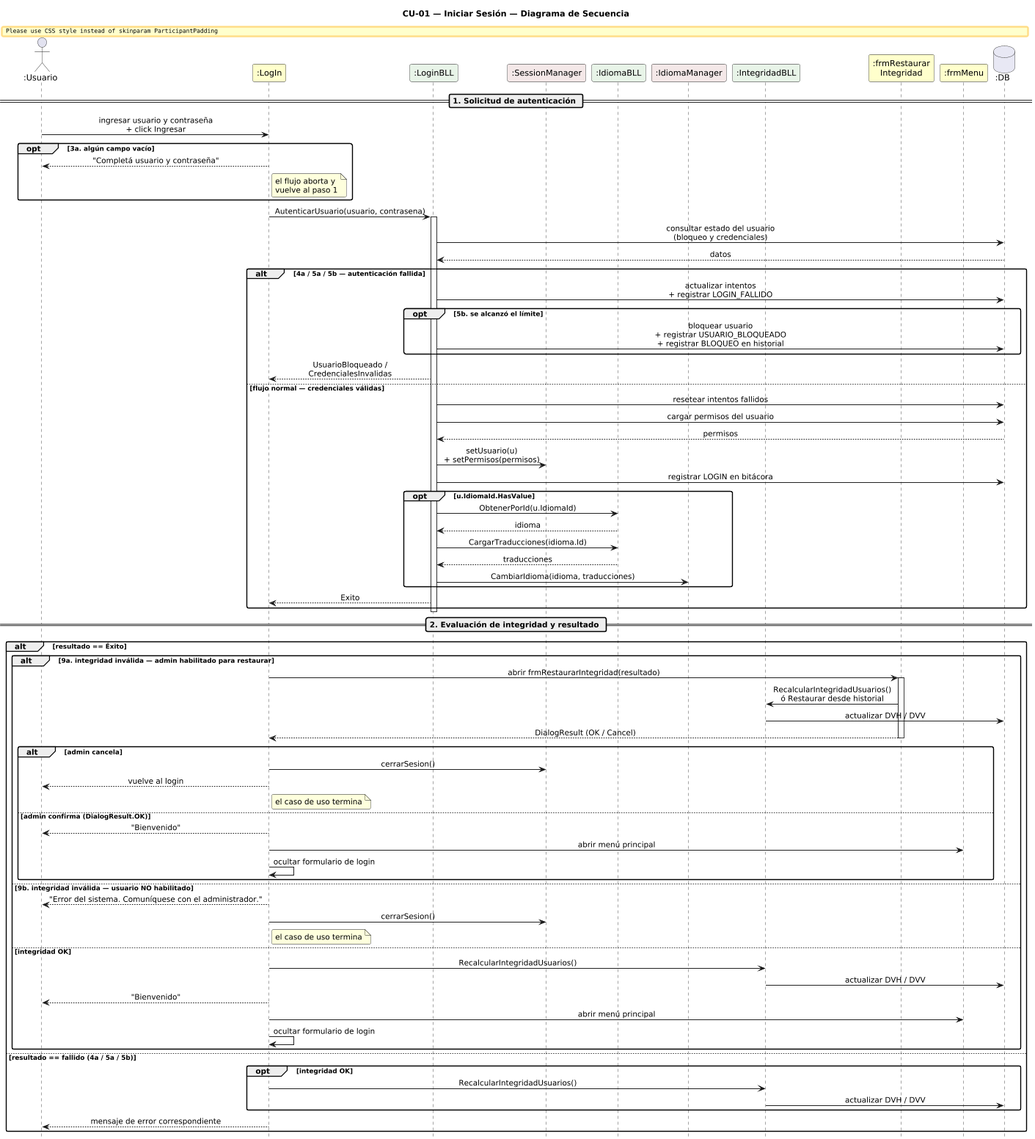
Before: DIAGRAMAS/DiagramaSecuencia_CU01_IniciarSesion.png, a diagram exported from PlantUML (Urrels/ingenieria_software).
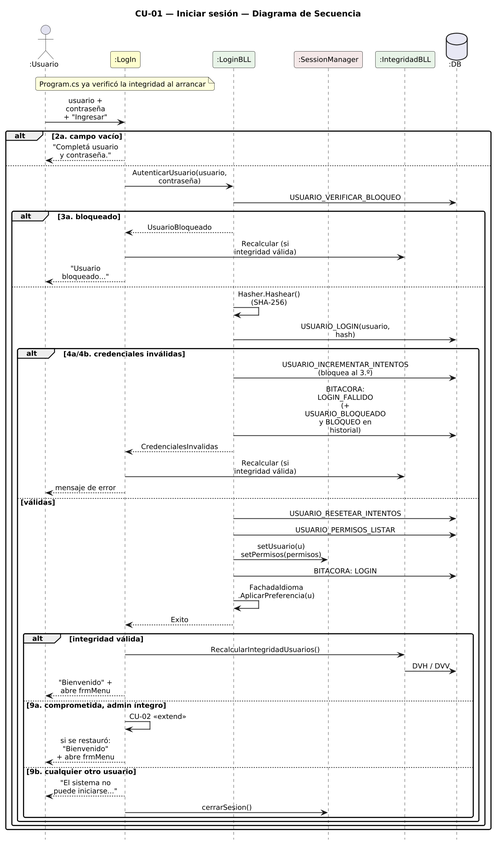
The same file after the commit.

What changed in the source:
```diff
@@ -1,108 +1,65 @@
 @startuml DiagramaSecuencia_CU01_IniciarSesion
 
-title CU-01 — Iniciar Sesión — Diagrama de Secuencia
+title CU-01 — Iniciar sesión — Diagrama de Secuencia
 
 skinparam shadowing false
 skinparam roundcorner 6
 skinparam sequenceArrowThickness 1.2
-skinparam ParticipantPadding 14
+skinparam ParticipantPadding 6
+skinparam BoxPadding 4
+skinparam maxMessageSize 115
 skinparam sequenceMessageAlign center
+skinparam defaultFontSize 12
+skinparam dpi 140
 hide footbox
-scale 0.8
 
-actor       ":Usuario"                as U
-participant ":LogIn"                  as L  #FEFECE
-participant ":LoginBLL"               as LB #E8F4E8
-participant ":SessionManager"         as SM #F4E8E8
-participant ":IdiomaBLL"              as IDB #E8F4E8
-participant ":IdiomaManager"          as IDM #F4E8E8
-participant ":IntegridadBLL"          as IB #E8F4E8
-participant ":frmRestaurar\nIntegridad" as FR #FEFECE
-participant ":frmMenu"                as FM #FEFECE
-database    ":DB"                     as DB #E8E8F4
+actor ":Usuario" as U
+participant ":LogIn" as F #FEFECE
+participant ":LoginBLL" as L #E8F4E8
+participant ":SessionManager" as S #F4E8E8
+participant ":IntegridadBLL" as I #E8F4E8
+database ":DB" as DB #E8E8F4
 
-== 1. Solicitud de autenticación ==
-
-U -> L : ingresar usuario y contraseña\n+ click Ingresar
-
-opt 3a. algún campo vacío
-  L --> U : "Completá usuario y contraseña"
-  note right of L : el flujo aborta y\nvuelve al paso 1
-end
-
-L -> LB : AutenticarUsuario(usuario, contrasena)
-activate LB
-
-LB -> DB : consultar estado del usuario\n(bloqueo y credenciales)
-DB --> LB : datos
-
-alt 4a / 5a / 5b — autenticación fallida
-  LB -> DB : actualizar intentos\n+ registrar LOGIN_FALLIDO
-  opt 5b. se alcanzó el límite
-    LB -> DB : bloquear usuario\n+ registrar USUARIO_BLOQUEADO\n+ registrar BLOQUEO en historial
+note over F : Program.cs ya verificó la integridad al arrancar
+U -> F : usuario + contraseña\n+ "Ingresar"
+alt 2a. campo vacío
+  F --> U : "Completá usuario y contraseña."
+else
+  F -> L : AutenticarUsuario(usuario, contraseña)
+  L -> DB : USUARIO_VERIFICAR_BLOQUEO
+  alt 3a. bloqueado
+    L --> F : UsuarioBloqueado
+    F -> I : Recalcular (si integridad válida)
+    F --> U : "Usuario bloqueado..."
+  else
+    L -> L : Hasher.Hashear()\n(SHA-256)
+    L -> DB : USUARIO_LOGIN(usuario, hash)
+    alt 4a/4b. credenciales inválidas
+      L -> DB : USUARIO_INCREMENTAR_INTENTOS\n(bloquea al 3.º)
+      L -> DB : BITACORA: LOGIN_FALLIDO\n(+ USUARIO_BLOQUEADO\ny BLOQUEO en historial)
+      L --> F : CredencialesInvalidas
+      F -> I : Recalcular (si integridad válida)
+      F --> U : mensaje de error
+    else válidas
+      L -> DB : USUARIO_RESETEAR_INTENTOS
+      L -> DB : USUARIO_PERMISOS_LISTAR
+      L -> S : setUsuario(u)\nsetPermisos(permisos)
+      L -> DB : BITACORA: LOGIN
+      L -> L : FachadaIdioma\n.AplicarPreferencia(u)
+      L --> F : Exito
+      alt integridad válida
+        F -> I : RecalcularIntegridadUsuarios()
+        I -> DB : DVH / DVV
+        F --> U : "Bienvenido" + abre frmMenu
+      else 9a. comprometida, admin íntegro
+        F -> F : CU-02 «extend»
+        F --> U : si se restauró: "Bienvenido"\n+ abre frmMenu
+      else 9b. cualquier otro usuario
+        F --> U : "El sistema no puede iniciarse..."
+        F -> S : cerrarSesion()
+      end
+    end
   end
-  LB --> L : UsuarioBloqueado /\nCredencialesInvalidas
-
-else flujo normal — credenciales válidas
-  LB -> DB : resetear intentos fallidos
-  LB -> DB : cargar permisos del usuario
-  DB --> LB : permisos
-  LB -> SM : setUsuario(u)\n+ setPermisos(permisos)
-  LB -> DB : registrar LOGIN en bitácora
-
-  opt u.IdiomaId.HasValue
-    LB -> IDB : ObtenerPorId(u.IdiomaId)
-    IDB --> LB : idioma
-    LB -> IDB : CargarTraducciones(idioma.Id)
-    IDB --> LB : traducciones
-    LB -> IDM : CambiarIdioma(idioma, traducciones)
-  end
-
-  LB --> L : Exito
-end
-deactivate LB
-
-== 2. Evaluación de integridad y resultado ==
-
-alt resultado == Éxito
-
-  alt 9a. integridad inválida — admin habilitado para restaurar
-    L -> FR : abrir frmRestaurarIntegridad(resultado)
-    activate FR
-    FR -> IB : RecalcularIntegridadUsuarios()\nó Restaurar desde historial
-    IB -> DB : actualizar DVH / DVV
-    FR --> L : DialogResult (OK / Cancel)
-    deactivate FR
-
-    alt admin cancela
-      L -> SM : cerrarSesion()
-      L --> U : vuelve al login
-      note right of L : el caso de uso termina
-    else admin confirma (DialogResult.OK)
-      L --> U : "Bienvenido"
-      L -> FM : abrir menú principal
-      L -> L : ocultar formulario de login
-    end
-
-  else 9b. integridad inválida — usuario NO habilitado
-    L --> U : "Error del sistema. Comuníquese con el administrador."
-    L -> SM : cerrarSesion()
-    note right of L : el caso de uso termina
-
-  else integridad OK
-    L -> IB : RecalcularIntegridadUsuarios()
-    IB -> DB : actualizar DVH / DVV
-    L --> U : "Bienvenido"
-    L -> FM : abrir menú principal
-    L -> L : ocultar formulario de login
-  end
-
-else resultado == fallido (4a / 5a / 5b)
-  opt integridad OK
-    L -> IB : RecalcularIntegridadUsuarios()
-    IB -> DB : actualizar DVH / DVV
-  end
-  L --> U : mensaje de error correspondiente
 end
 
 @enduml
```
